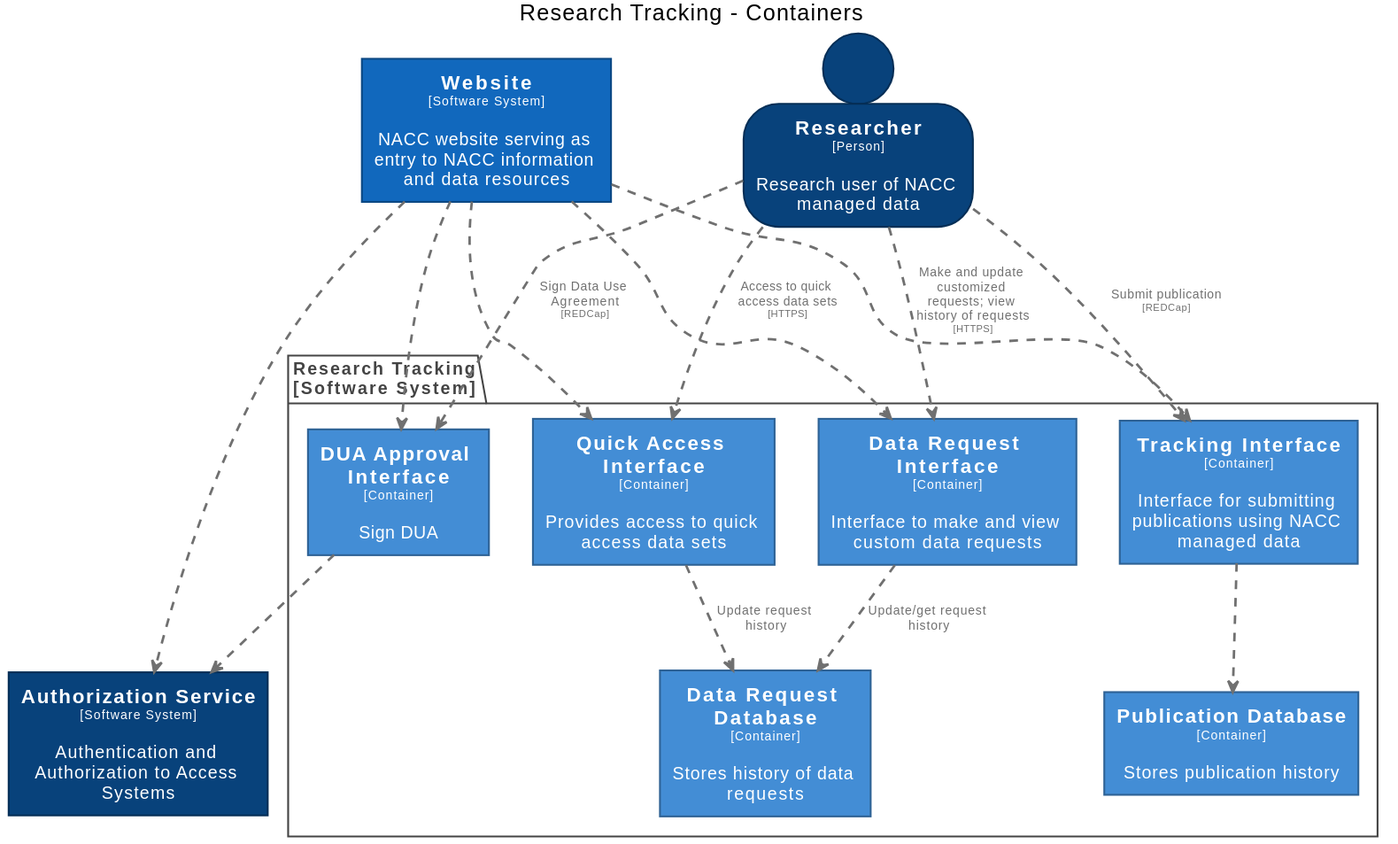
Before: docs/images/structurizr-ResearchTrackingContainers.svg, a diagram exported from PlantUML (naccdata/system-design).
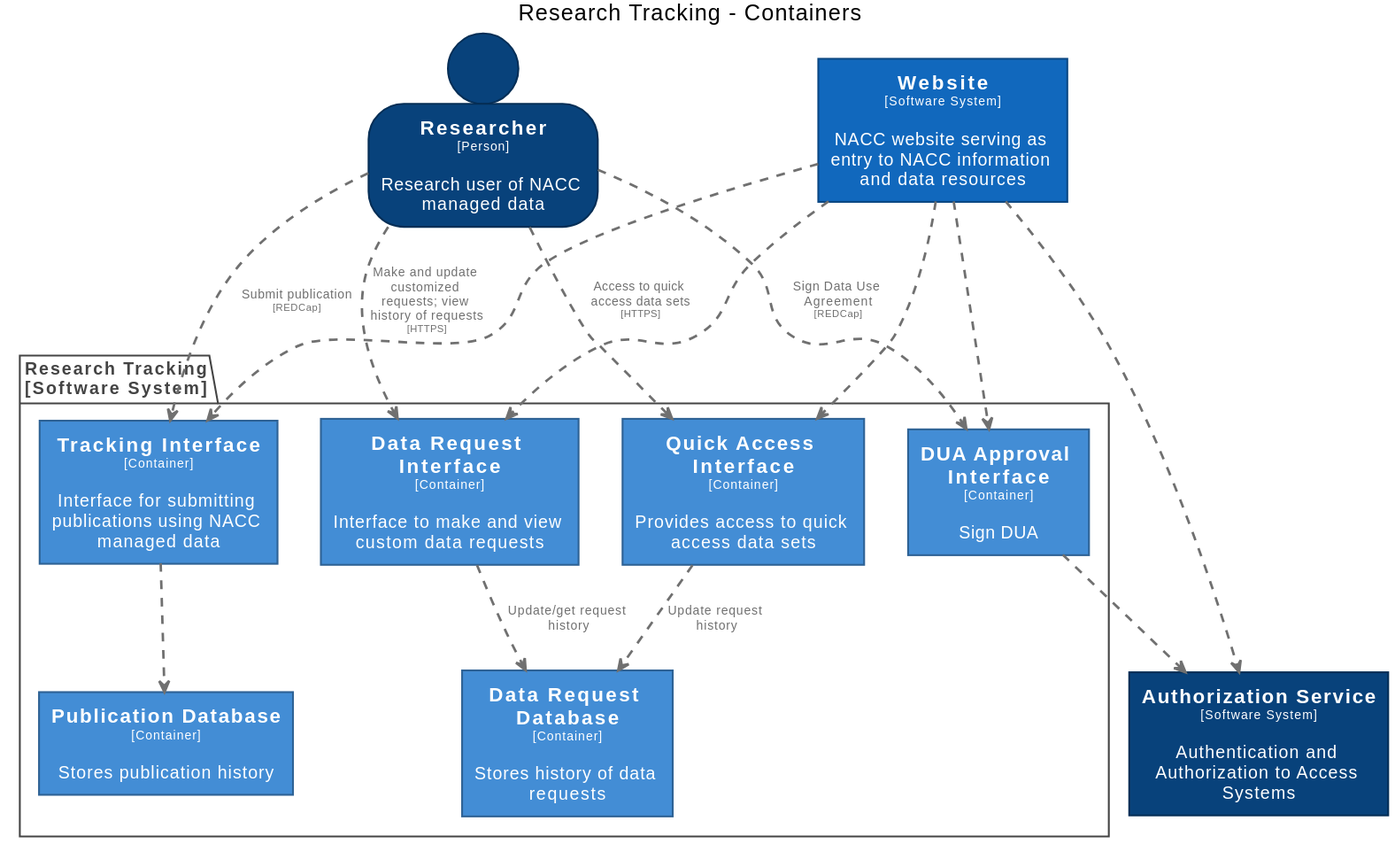
After the change.

Change to the diagram source:
```diff
@@ -59,9 +59,9 @@
   BorderColor #0b4884
 }
 
-rectangle "==Authorization Service\n<size:10>[Software System]</size>\n\nAuthentication and Authorization to Access Systems" <<AuthorizationService>> as AuthorizationService
 person "==Researcher\n<size:10>[Person]</size>\n\nResearch user of NACC managed data" <<Researcher>> as Researcher
 rectangle "==Website\n<size:10>[Software System]</size>\n\nNACC website serving as entry to NACC information and data resources" <<Website>> as Website
+rectangle "==Authorization Service\n<size:10>[Software System]</size>\n\nAuthentication and Authorization to Access Systems" <<AuthorizationService>> as AuthorizationService
 
 package "Research Tracking\n[Software System]" <<ResearchTracking>> {
   skinparam PackageBorderColor<<ResearchTracking>> #444444
@@ -75,8 +75,6 @@
   rectangle "==DUA Approval Interface\n<size:10>[Container]</size>\n\nSign DUA" <<ResearchTracking.DUAApprovalInterface>> as ResearchTracking.DUAApprovalInterface
 }
 
-Website .[#707070,thickness=2].> ResearchTracking.DataRequestInterface : "<color:#707070>"
-Website .[#707070,thickness=2].> ResearchTracking.QuickAccessInterface : "<color:#707070>"
 Website .[#707070,thickness=2].> ResearchTracking.TrackingInterface : "<color:#707070>"
 Website .[#707070,thickness=2].> ResearchTracking.DUAApprovalInterface : "<color:#707070>"
 Researcher .[#707070,thickness=2].> ResearchTracking.TrackingInterface : "<color:#707070>Submit publication\n<color:#707070><size:8>[REDCap]</size>"
@@ -88,4 +86,6 @@
 ResearchTracking.TrackingInterface .[#707070,thickness=2].> ResearchTracking.PublicationDatabase : "<color:#707070>"
 ResearchTracking.DUAApprovalInterface .[#707070,thickness=2].> AuthorizationService : "<color:#707070>"
 Website .[#707070,thickness=2].> AuthorizationService : "<color:#707070>"
+Website .[#707070,thickness=2].> ResearchTracking.DataRequestInterface : "<color:#707070>"
+Website .[#707070,thickness=2].> ResearchTracking.QuickAccessInterface : "<color:#707070>"
 @enduml
```
